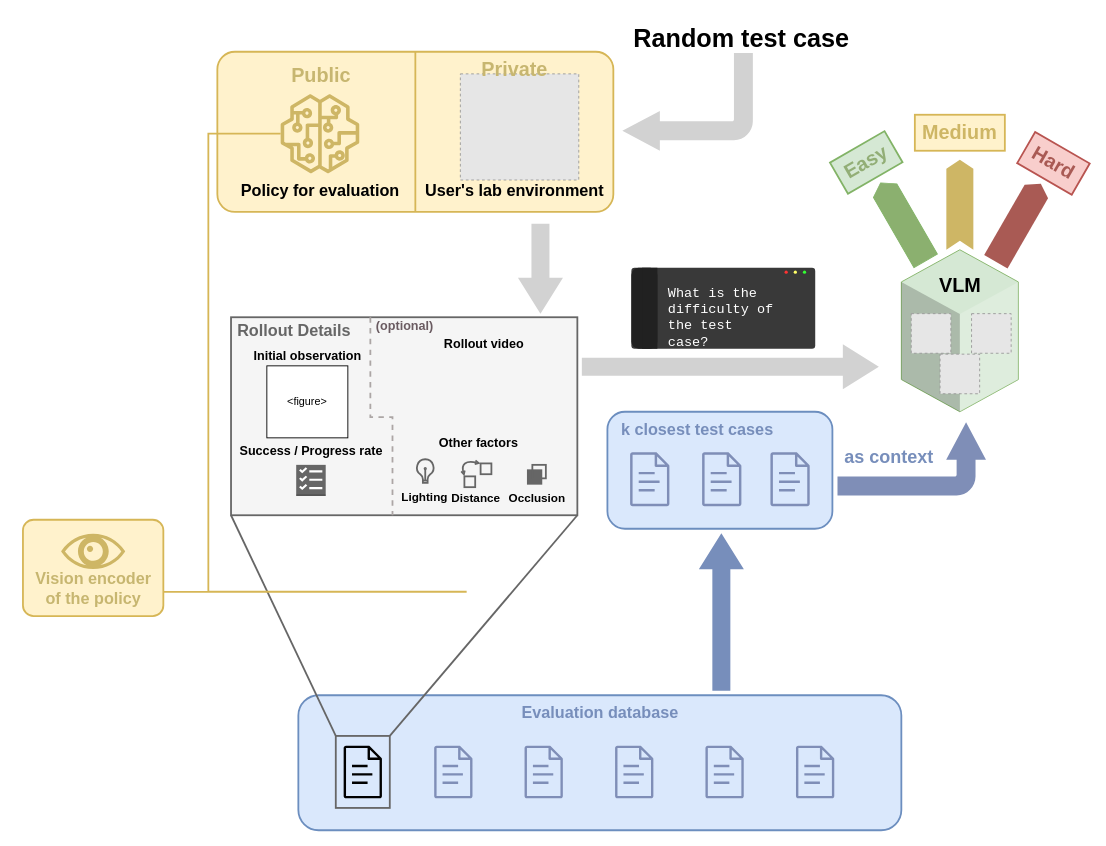
Before: vlm_icl_v4.drawio in cxh-cxh/Embodied-VLM-Judge-figures, a draw.io diagram. Source tidied: cells renumbered, new cells numbered last; positions are measured from the earlier drawing's top-left corner, leaving out a move shared by most shapes. Both pictures are drawn from the tidied source at 90%, with x=0, y=0 at pixel (19, 15). Pictures stored in the file or linked from it are replaced by grey dashed boxes.
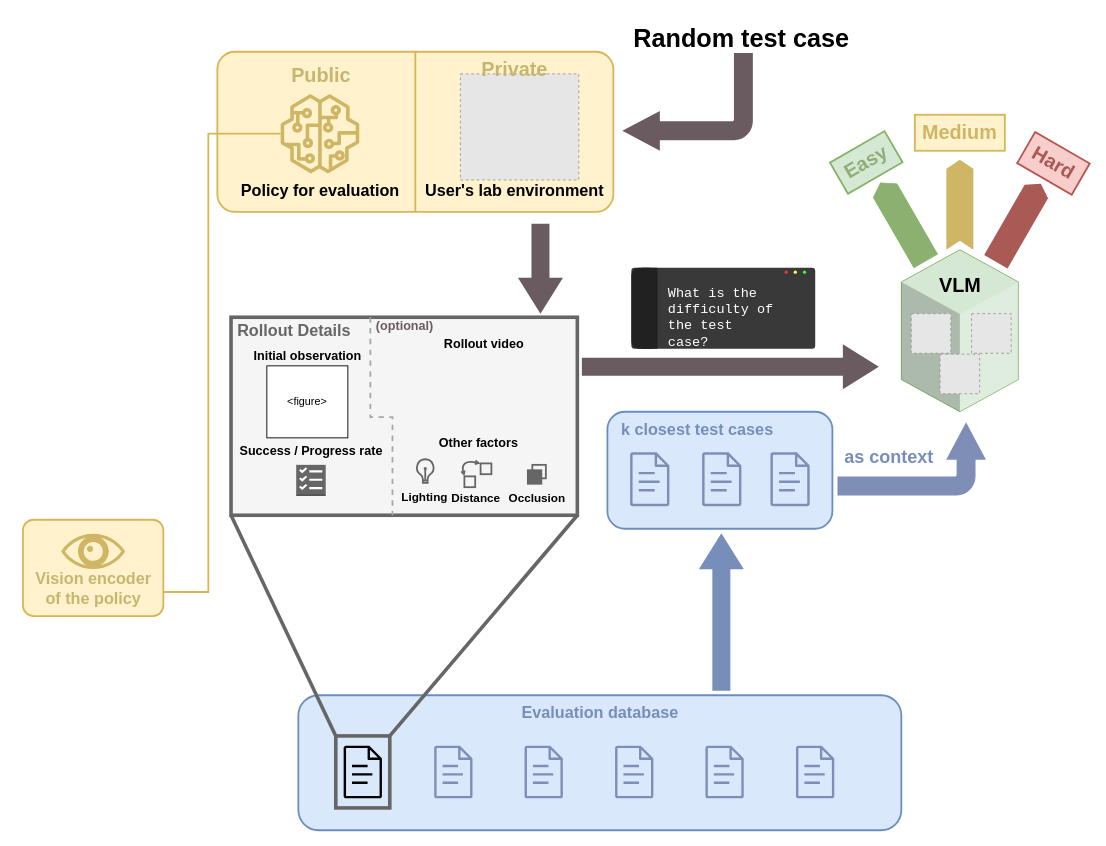
The same diagram, later.

Unchanged cells that the change refers to:
```xml
<mxCell id="12" style="group;" parent="1" vertex="1">
  <mxGeometry x="230" y="330" width="390" height="225" as="geometry" />
</mxCell>
<mxCell id="40" style="sketch=0;outlineConnect=0;fillColor=light-dark(#ceb665, #281d00);strokeColor=#d6b656;dashed=0;verticalLabelPosition=bottom;verticalAlign=top;align=center;html=1;fontSize=12;fontStyle=0;shape=mxgraph.aws4.sagemaker_model;points=[[0,0.5,0,0,0]];" parent="35" vertex="1">
  <mxGeometry x="70" y="67" width="88" height="88" as="geometry" />
</mxCell>
<mxCell id="53" style="group;" parent="1" vertex="1">
  <mxGeometry x="310" y="755" width="670" height="150" as="geometry" />
</mxCell>
<mxCell id="68" style="rounded=1;whiteSpace=wrap;html=1;fillColor=#fff2cc;strokeColor=#d6b656;strokeWidth=2;arcSize=11;" parent="67" vertex="1">
  <mxGeometry x="4" width="156" height="107" as="geometry" />
</mxCell>
```

Diff of the diagram source:
```diff
@@
-    <mxCell id="13" style="rounded=0;whiteSpace=wrap;html=1;fillColor=#f5f5f5;fontColor=#333333;strokeColor=#666666;strokeWidth=2;" parent="12" vertex="1">
+    <mxCell id="13" style="rounded=0;whiteSpace=wrap;html=1;fillColor=#f5f5f5;fontColor=#333333;strokeColor=#666666;strokeWidth=4;" parent="12" vertex="1">
       <mxGeometry x="5.2" y="5" width="384.8" height="220" as="geometry" />
     </mxCell>
@@
-    <mxCell id="44" style="html=1;shadow=0;dashed=0;align=center;verticalAlign=middle;shape=mxgraph.arrows2.arrow;dy=0.6;dx=40;direction=south;notch=0;fillColor=light-dark(#d2d2d2, #1a1a1a);fontColor=#333333;strokeColor=none;" parent="1" vertex="1">
+    <mxCell id="44" style="html=1;shadow=0;dashed=0;align=center;verticalAlign=middle;shape=mxgraph.arrows2.arrow;dy=0.6;dx=40;direction=south;notch=0;fillColor=light-dark(#6A5B61,#1A1A1A);fontColor=#333333;strokeColor=none;" parent="1" vertex="1">
       <mxGeometry x="554" y="231" width="50" height="100" as="geometry" />
     </mxCell>
@@
-    <mxCell id="52" style="html=1;shadow=0;dashed=0;align=center;verticalAlign=middle;shape=mxgraph.arrows2.arrow;dy=0.6;dx=40;direction=south;notch=0;fillColor=light-dark(#d2d2d2, #1a1a1a);fontColor=#333333;strokeColor=none;rotation=270;" parent="1" vertex="1">
+    <mxCell id="52" style="html=1;shadow=0;dashed=0;align=center;verticalAlign=middle;shape=mxgraph.arrows2.arrow;dy=0.6;dx=40;direction=south;notch=0;fillColor=light-dark(#6A5B61,#1D293B);fontColor=#333333;strokeColor=none;rotation=270;" parent="1" vertex="1">
       <mxGeometry x="765" y="225" width="50" height="330" as="geometry" />
     </mxCell>
@@
-    <mxCell id="62" style="rounded=0;whiteSpace=wrap;html=1;fillColor=none;strokeWidth=2;strokeColor=light-dark(#666666, #ededed);" parent="53" vertex="1">
+    <mxCell id="62" style="rounded=0;whiteSpace=wrap;html=1;fillColor=none;strokeWidth=4;strokeColor=light-dark(#666666, #ededed);" parent="53" vertex="1">
       <mxGeometry x="41.6" y="45.2" width="60" height="80" as="geometry" />
     </mxCell>
-    <mxCell id="63" style="rounded=0;jettySize=auto;html=1;exitX=1;exitY=0;exitDx=0;exitDy=0;entryX=1;entryY=1;entryDx=0;entryDy=0;endArrow=none;endFill=0;strokeWidth=2;strokeColor=light-dark(#666666, #ededed);" parent="1" edge="1" source="62" target="13">
+    <mxCell id="63" style="rounded=0;jettySize=auto;html=1;exitX=1;exitY=0;exitDx=0;exitDy=0;entryX=1;entryY=1;entryDx=0;entryDy=0;endArrow=none;endFill=0;strokeWidth=4;strokeColor=light-dark(#666666, #ededed);" parent="1" edge="1" source="62" target="13">
       <mxGeometry relative="1" as="geometry" />
     </mxCell>
-    <mxCell id="64" style="rounded=0;jettySize=auto;html=1;exitX=0;exitY=0;exitDx=0;exitDy=0;entryX=0;entryY=1;entryDx=0;entryDy=0;endArrow=none;endFill=0;strokeWidth=2;strokeColor=light-dark(#666666, #ededed);" parent="1" edge="1" source="62" target="13">
+    <mxCell id="64" style="rounded=0;jettySize=auto;html=1;exitX=0;exitY=0;exitDx=0;exitDy=0;entryX=0;entryY=1;entryDx=0;entryDy=0;endArrow=none;endFill=0;strokeWidth=4;strokeColor=light-dark(#666666, #ededed);" parent="1" edge="1" source="62" target="13">
       <mxGeometry relative="1" as="geometry" />
     </mxCell>
     <mxCell id="65" style="edgeStyle=orthogonalEdgeStyle;rounded=0;jettySize=auto;html=1;exitX=0;exitY=0.5;exitDx=0;exitDy=0;exitPerimeter=0;entryX=0;entryY=0.75;entryDx=0;entryDy=0;strokeWidth=2;fillColor=#fff2cc;strokeColor=#d6b656;" parent="1" edge="1" source="40" target="68">
       <mxGeometry relative="1" as="geometry">
         <Array as="points">
           <mxPoint x="210" y="131" />
           <mxPoint x="210" y="640" />
-          <mxPoint x="497" y="640" />
         </Array>
       </mxGeometry>
     </mxCell>
@@
-    <mxCell id="77" style="html=1;shadow=0;dashed=0;align=center;verticalAlign=middle;shape=mxgraph.arrows2.bendArrow;dy=10.5;dx=41.67;notch=0;arrowHead=44.27;rounded=1;rotation=0;flipH=1;flipV=1;fillColor=light-dark(#d2d2d2, #1d293b);strokeColor=none;" parent="1" vertex="1">
+    <mxCell id="77" style="html=1;shadow=0;dashed=0;align=center;verticalAlign=middle;shape=mxgraph.arrows2.bendArrow;dy=10.5;dx=41.67;notch=0;arrowHead=44.27;rounded=1;rotation=0;flipH=1;flipV=1;fillColor=light-dark(#6A5B61,#1D293B);strokeColor=none;gradientColor=none;" parent="1" vertex="1">
       <mxGeometry x="670" y="41.5" width="145" height="108.5" as="geometry" />
     </mxCell>
```
